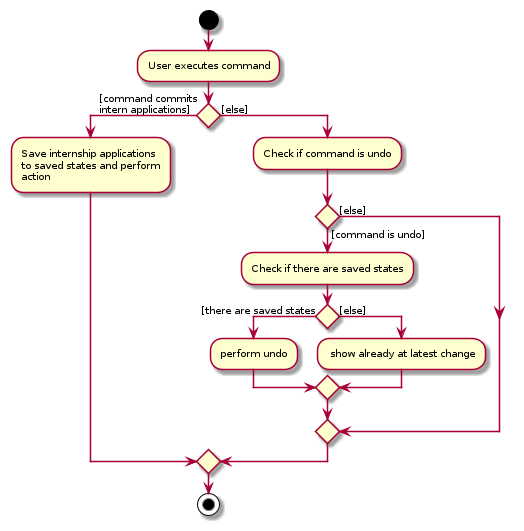
The PlantUML diagram diagrams/CommitActivityDiagram.png in AY2324S1-CS2103T-W17-2/tp, before a commit. Its source is kept beside it as diagrams/CommitActivityDiagram.puml. The source it was exported from:
```plantuml
@startuml
skin rose
skinparam ActivityFontSize 10
skinparam ArrowFontSize 10
skinparam activityDiamondFontSize 50

start
:User executes command;


if () then ([command commits
intern applications])
    :Save internship applications
to saved states and perform
action;
else ([else])
:Check if command is undo;
if () then ([command is undo])
    :Check if there are saved states;
if () then ([there are saved states)
    :perform undo;
else ([else])
    : show already at latest change;
endif
else ([else])
endif
endif
stop
@enduml
```
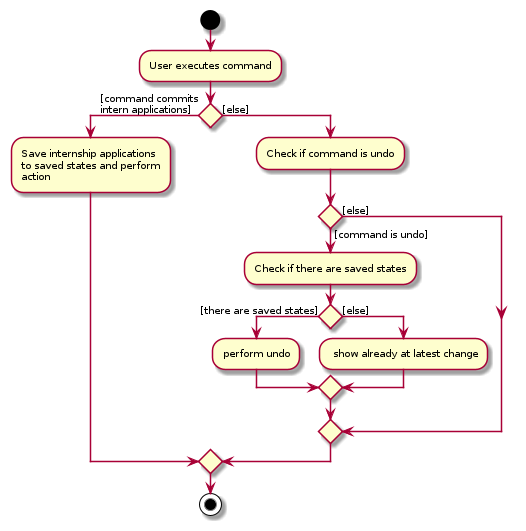
Above is the later version.

Change to the diagram source:
```diff
@@ -17,7 +17,7 @@
 :Check if command is undo;
 if () then ([command is undo])
     :Check if there are saved states;
-if () then ([there are saved states)
+if () then ([there are saved states])
     :perform undo;
 else ([else])
     : show already at latest change;
```
